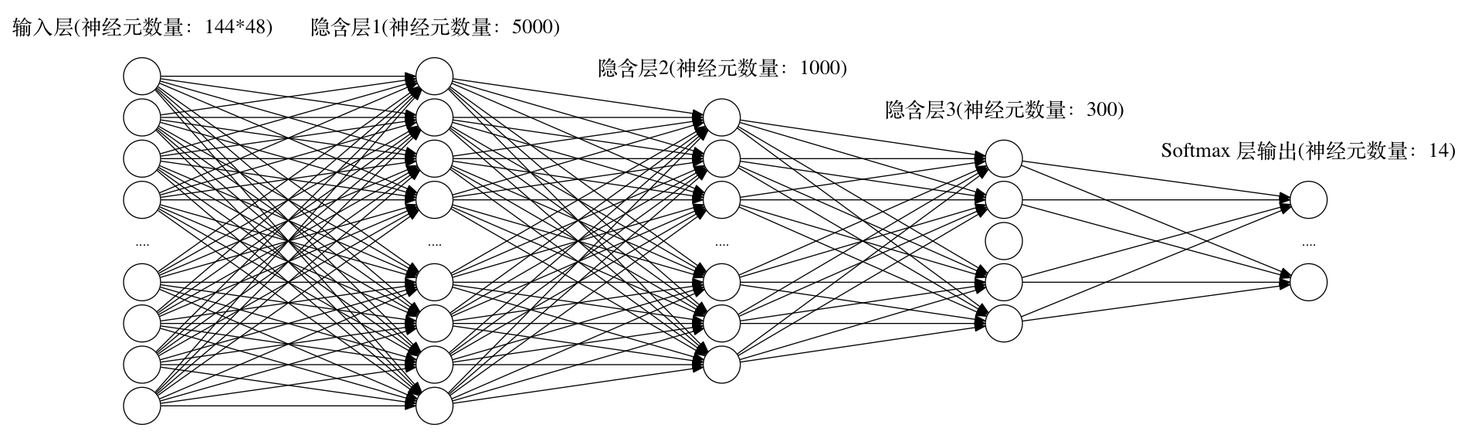
The Graphviz diagram document/paper/picture/5l-mlp.png in boddmg/Graduation-Project, before a commit. Its source is kept beside it as document/paper/picture/5l-mlp.dot.
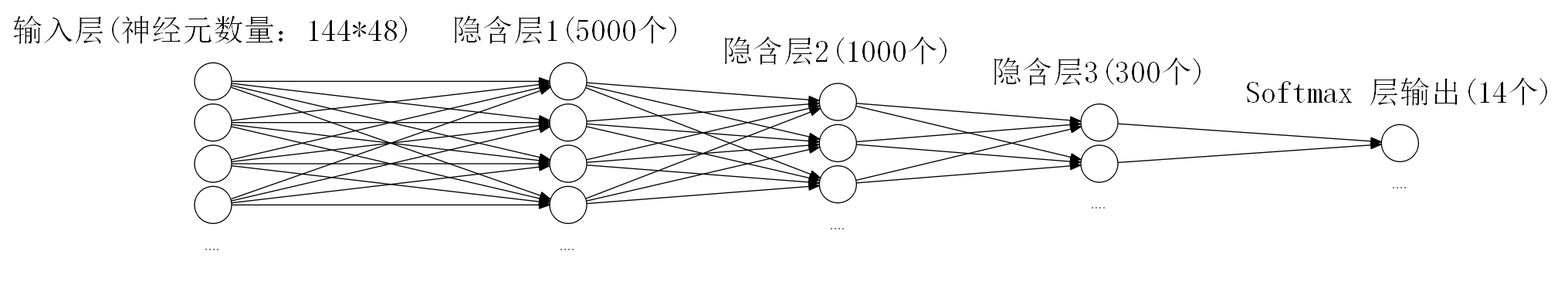
After the commit.

Diff of the diagram source:
```diff
@@ -11,54 +11,60 @@
 		rank=same;
 		color=white;
                 node [style=solid, shape=circle];
-		x1 x2 x3 x4 x_ x5 x6 x7 x8;
+		x1 x2 x3 x4 x_;
 		label = "输入层(神经元数量：144*48)";
-		fontsize=20.0;
+		fontname="SimSun";
+		fontsize=30.0;
 	}
 
 	subgraph cluster_1 {
 		rank=same;
 		color=white;
                 node [style=solid, shape=circle];
-		h11 h12 h13 h14 h1_ h15 h16 h17 h18;
-		label = "隐含层1(神经元数量：5000)";
-		fontsize=20.0;
+		h11 h12 h13 h14 h1_;
+		label = "隐含层1(5000个)";
+		fontsize=30.0;
+		fontname="SimSun";
 	}
 
 	subgraph cluster_2 {
 		rank=same;
 		color=white;
                 node [style=solid, shape=circle];
-		h21 h22 h23 h2_ h24 h25 h26;
-		label = "隐含层2(神经元数量：1000)";
-		fontsize=20.0;
+		h21 h22 h23 h2_;
+		label = "隐含层2(1000个)";
+		fontsize=30.0;
+		fontname="SimSun";
 	}
 
 	subgraph cluster_3 {
 		rank=same;
 		color=white;
                 node [style=solid, shape=circle];
-		h31 h32 h3_ h33 h34;
-		label = "隐含层3(神经元数量：300)";
-		fontsize=20.0;
+		h31 h32 h3_;
+		label = "隐含层3(300个)";
+		fontsize=30.0;
+		fontname="SimSun";
 	}
 
 	subgraph cluster_4 {
 		rank=same;
 		color=white;
                 node [style=solid, shape=circle];
-		s1 s_ s2;
-		label = "Softmax 层输出(神经元数量：14)";
-		fontsize=20.0;
+		s1 s_;
+		label = "Softmax 层输出(14个)";
+		fontsize=30.0;
+		fontname="SimSun";
 	}
 
 	x_[label="....", style="", shape="none"];
 	h1_[label="....", style="", shape="none"];
 	h2_[label="....", style="", shape="none"];
+	h3_[label="....", style="", shape="none"];
 	s_[label="....", style="", shape="none"];
-	{x1 x2 x3 x4 x5 x6 x7 x8} -> {h11 h12 h13 h14 h15 h16 h17 h18};
-	{h11 h12 h13 h14 h15 h16 h17 h18} -> {h21 h22 h23 h24 h25 h26};
-	{h21 h22 h23 h24 h25 h26} -> {h31 h32 h33 h34};
-	{h31 h32 h33 h34} -> {s1 s2};
+	{x1 x2 x3 x4} -> {h11 h12 h13 h14};
+	{h11 h12 h13 h14} -> {h21 h22 h23};
+	{h21 h22 h23} -> {h31 h32};
+	{h31 h32} -> {s1};
 
 }
```
